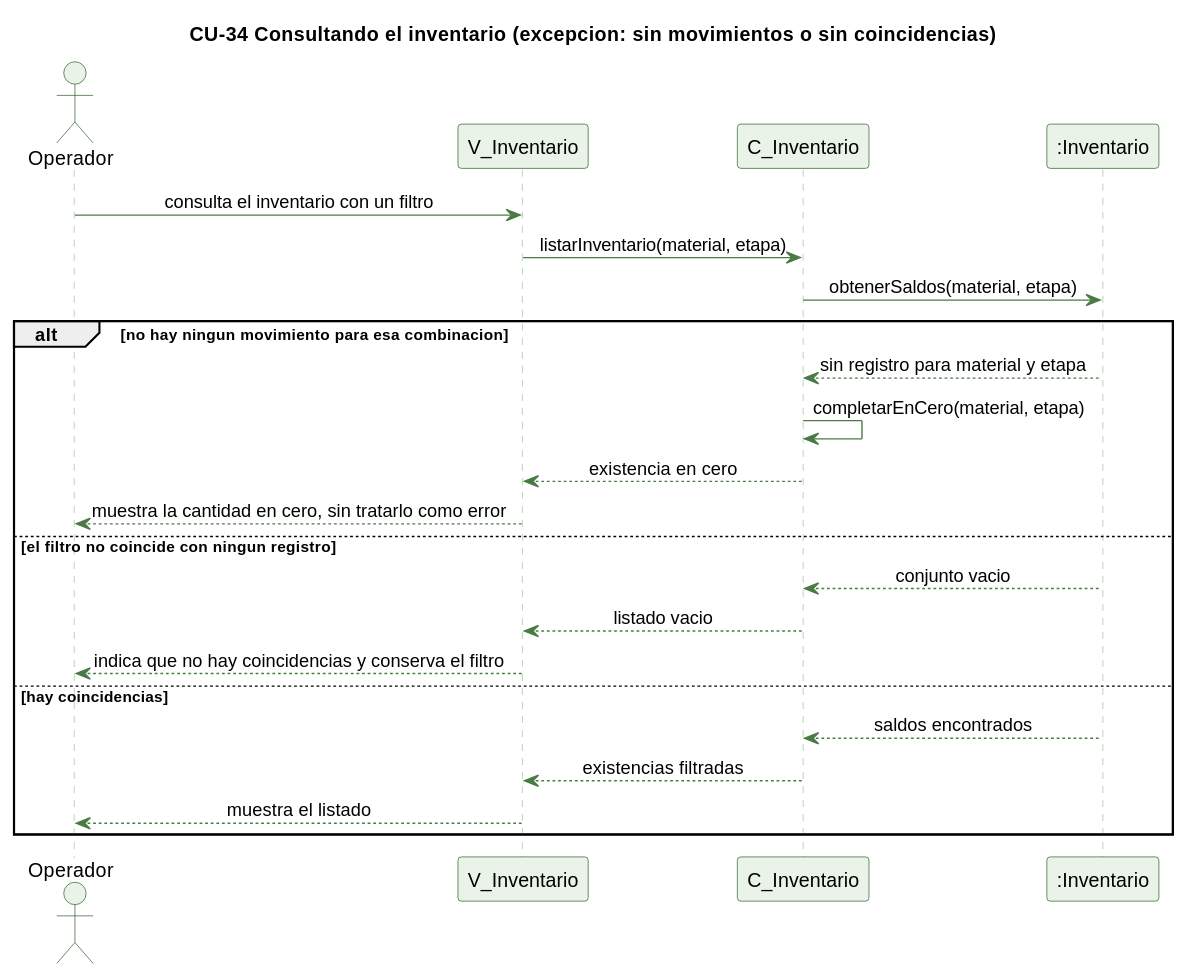
This is docs/trabajo-grupal/diagramas/secuencias/cu34-inventario-consulta-excepcion.svg from kenjikaese/Triverde, a PlantUML export, as it was before one commit. Source of this version:
```plantuml
@startuml
skinparam backgroundColor #FFFFFF
skinparam shadowing false
skinparam defaultFontName Helvetica
skinparam sequenceMessageAlign center
skinparam ParticipantBackgroundColor #EAF3E7
skinparam ParticipantBorderColor #2E5E2A
skinparam ActorBackgroundColor #EAF3E7
skinparam ActorBorderColor #2E5E2A
skinparam sequenceLifeLineBorderColor #9CC49A
skinparam ArrowColor #4B7A46

title CU-34 Consultando el inventario (excepcion: sin movimientos o sin coincidencias)

actor Operador
participant "V_Inventario" as V
participant "C_Inventario" as C
participant ":Inventario" as I

Operador -> V : consulta el inventario con un filtro
V -> C : listarInventario(material, etapa)
C -> I : obtenerSaldos(material, etapa)
alt no hay ningun movimiento para esa combinacion
  I --> C : sin registro para material y etapa
  C -> C : completarEnCero(material, etapa)
  C --> V : existencia en cero
  V --> Operador : muestra la cantidad en cero, sin tratarlo como error
else el filtro no coincide con ningun registro
  I --> C : conjunto vacio
  C --> V : listado vacio
  V --> Operador : indica que no hay coincidencias y conserva el filtro
else hay coincidencias
  I --> C : saldos encontrados
  C --> V : existencias filtradas
  V --> Operador : muestra el listado
end
@enduml
```
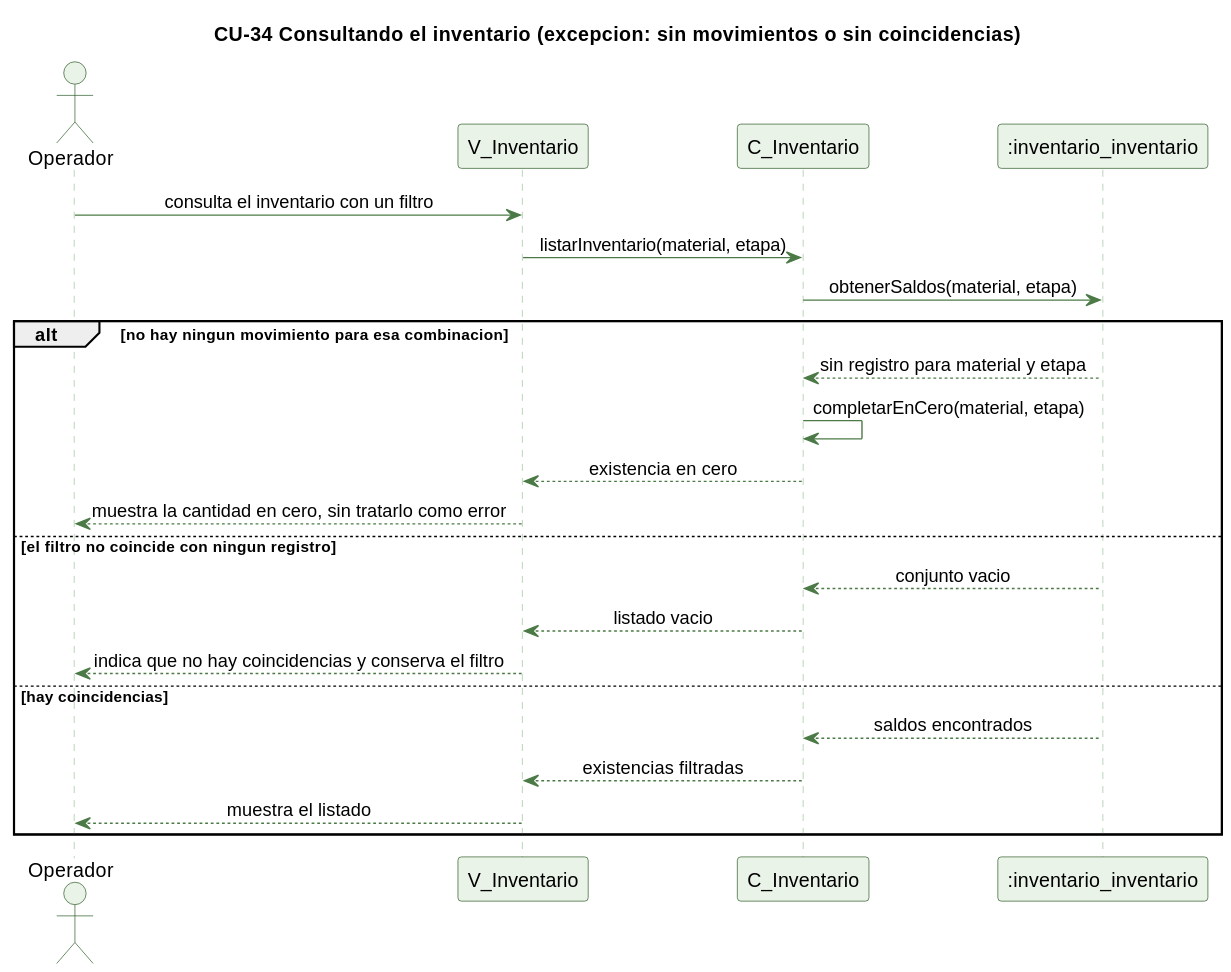
After the change.

What changed in the source:
```diff
@@ -15,7 +15,7 @@
 actor Operador
 participant "V_Inventario" as V
 participant "C_Inventario" as C
-participant ":Inventario" as I
+participant ":inventario_inventario" as I
 
 Operador -> V : consulta el inventario con un filtro
 V -> C : listarInventario(material, etapa)
```
